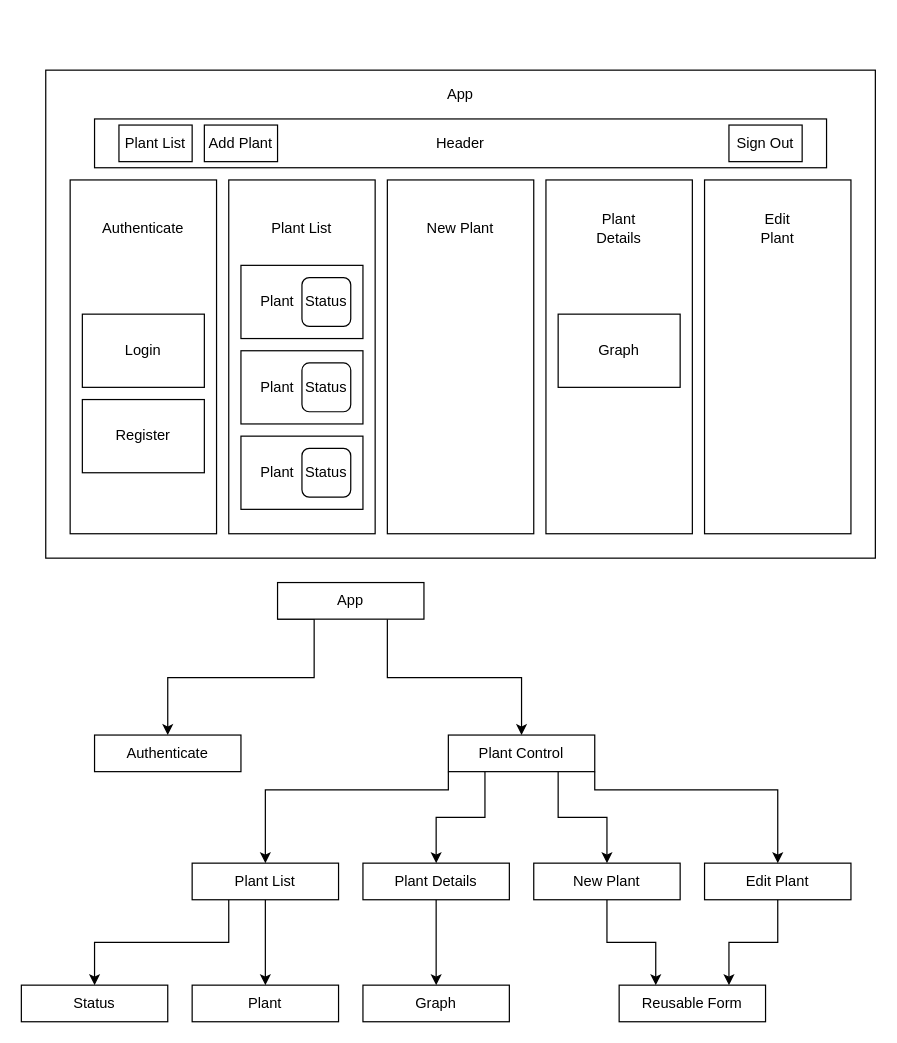
The draw.io diagram readme-assets/Soil-Ent-GreenDiagram2.drawio in CodingMoore/soil-ent-green, before the edit. Source tidied: cells renumbered, new cells numbered last; positions are measured from the earlier drawing's top-left corner, leaving out a move shared by most shapes. Both pictures are drawn from the tidied source at 122%, with x=0, y=0 at pixel (21, 70).
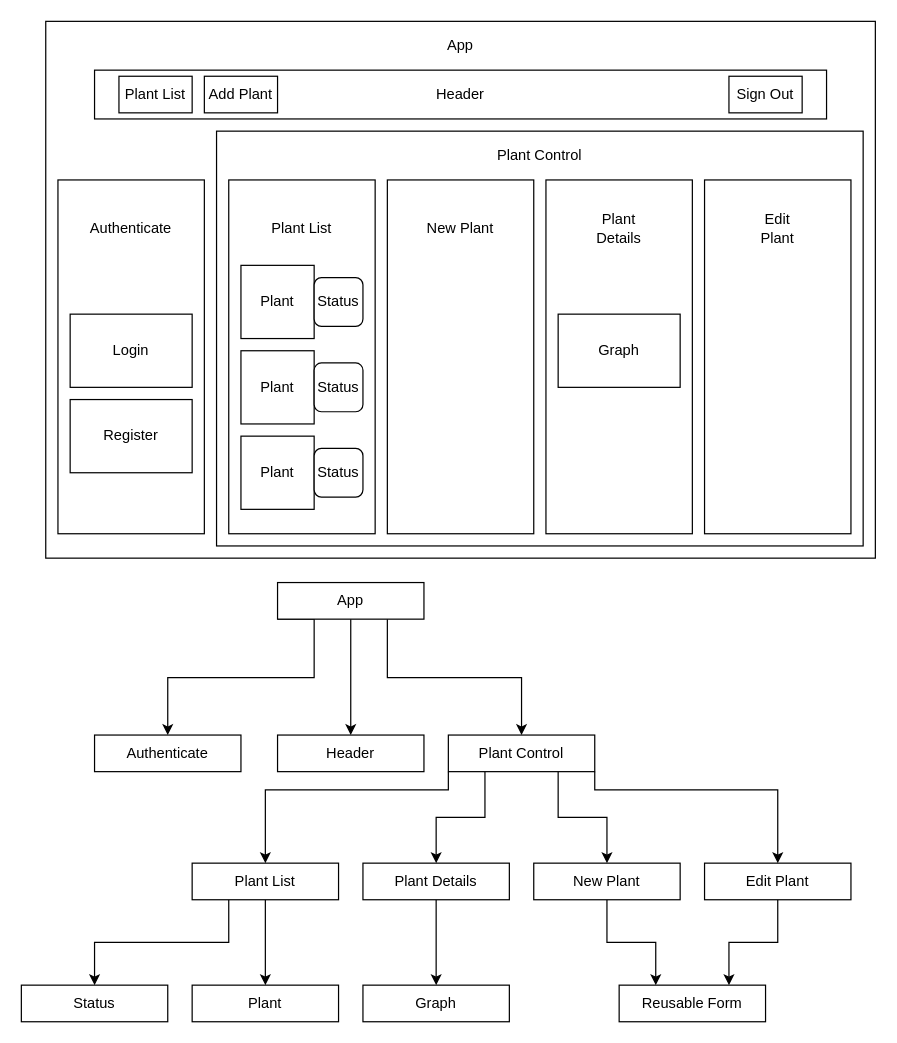
The same page after the edit.

Commit message (it also covers changes not shown here):
add Header and Plant Control components

Unchanged cells that the change refers to:
```xml
<mxCell id="6" value="App" style="rounded=0;whiteSpace=wrap;html=1;" parent="1" vertex="1">
  <mxGeometry x="210" y="420" width="120" height="30" as="geometry" />
</mxCell>
```

What changed in the source:
```diff
@@
     <mxCell id="2" style="rounded=0;whiteSpace=wrap;html=1;" parent="1" vertex="1">
-      <mxGeometry x="20" width="680" height="400" as="geometry" />
+      <mxGeometry x="20" y="-40" width="680" height="440" as="geometry" />
     </mxCell>
+    <mxCell id="55" style="rounded=0;whiteSpace=wrap;html=1;" parent="1" vertex="1">
+      <mxGeometry x="160" y="50" width="530" height="340" as="geometry" />
+    </mxCell>
     <mxCell id="3" style="rounded=0;whiteSpace=wrap;html=1;" parent="1" vertex="1">
-      <mxGeometry x="40" y="90" width="120" height="290" as="geometry" />
+      <mxGeometry x="30" y="90" width="120" height="290" as="geometry" />
     </mxCell>
@@
+    <mxCell id="56" style="edgeStyle=orthogonalEdgeStyle;rounded=0;jettySize=auto;html=1;entryX=0.5;entryY=0;entryDx=0;entryDy=0;" parent="1" edge="1" source="6" target="58">
+      <mxGeometry relative="1" as="geometry" />
+    </mxCell>
@@
-    <mxCell id="8" value="App" style="text;html=1;strokeColor=none;fillColor=none;align=center;verticalAlign=middle;whiteSpace=wrap;rounded=0;" parent="1" vertex="1">
-      <mxGeometry x="340" y="10" width="40" height="20" as="geometry" />
+    <mxCell id="8" value="App" style="text;html=1;strokeColor=none;fillColor=none;align=center;verticalAlign=middle;whiteSpace=wrap;rounded=0;rotation=0;" parent="1" vertex="1">
+      <mxGeometry x="340" y="-30" width="40" height="20" as="geometry" />
     </mxCell>
     <mxCell id="9" style="rounded=0;whiteSpace=wrap;html=1;" parent="1" vertex="1">
-      <mxGeometry x="50" y="200" width="100" height="60" as="geometry" />
+      <mxGeometry x="40" y="200" width="100" height="60" as="geometry" />
     </mxCell>
     <mxCell id="10" value="Login" style="text;html=1;strokeColor=none;fillColor=none;align=center;verticalAlign=middle;whiteSpace=wrap;rounded=0;" parent="1" vertex="1">
-      <mxGeometry x="80" y="220" width="40" height="20" as="geometry" />
+      <mxGeometry x="70" y="220" width="40" height="20" as="geometry" />
     </mxCell>
     <mxCell id="11" style="rounded=0;whiteSpace=wrap;html=1;" parent="1" vertex="1">
-      <mxGeometry x="50" y="270" width="100" height="60" as="geometry" />
+      <mxGeometry x="40" y="270" width="100" height="60" as="geometry" />
     </mxCell>
     <mxCell id="12" value="Register" style="text;html=1;strokeColor=none;fillColor=none;align=center;verticalAlign=middle;whiteSpace=wrap;rounded=0;" parent="1" vertex="1">
-      <mxGeometry x="80" y="290" width="40" height="20" as="geometry" />
+      <mxGeometry x="70" y="290" width="40" height="20" as="geometry" />
     </mxCell>
     <mxCell id="13" value="Authenticate" style="text;html=1;strokeColor=none;fillColor=none;align=center;verticalAlign=middle;whiteSpace=wrap;rounded=0;" parent="1" vertex="1">
-      <mxGeometry x="80" y="120" width="40" height="20" as="geometry" />
+      <mxGeometry x="70" y="120" width="40" height="20" as="geometry" />
     </mxCell>
@@
     <mxCell id="22" value="Header" style="rounded=0;whiteSpace=wrap;html=1;" parent="1" vertex="1">
-      <mxGeometry x="60" y="40" width="600" height="40" as="geometry" />
+      <mxGeometry x="60" width="600" height="40" as="geometry" />
     </mxCell>
     <mxCell id="23" value="Plant List" style="rounded=0;whiteSpace=wrap;html=1;" parent="1" vertex="1">
-      <mxGeometry x="80" y="45" width="60" height="30" as="geometry" />
+      <mxGeometry x="80" y="5" width="60" height="30" as="geometry" />
     </mxCell>
     <mxCell id="24" value="Sign Out" style="rounded=0;whiteSpace=wrap;html=1;" parent="1" vertex="1">
-      <mxGeometry x="580" y="45" width="60" height="30" as="geometry" />
+      <mxGeometry x="580" y="5" width="60" height="30" as="geometry" />
     </mxCell>
@@
     <mxCell id="31" value="Add Plant" style="rounded=0;whiteSpace=wrap;html=1;" parent="1" vertex="1">
-      <mxGeometry x="150" y="45" width="60" height="30" as="geometry" />
+      <mxGeometry x="150" y="5" width="60" height="30" as="geometry" />
     </mxCell>
-    <mxCell id="32" style="rounded=0;whiteSpace=wrap;html=1;" parent="1" vertex="1">
-      <mxGeometry x="180" y="160" width="100" height="60" as="geometry" />
-    </mxCell>
-    <mxCell id="33" value="Plant" style="text;html=1;strokeColor=none;fillColor=none;align=center;verticalAlign=middle;whiteSpace=wrap;rounded=0;" parent="1" vertex="1">
-      <mxGeometry x="190" y="180" width="40" height="20" as="geometry" />
-    </mxCell>
-    <mxCell id="34" value="Status" style="rounded=1;whiteSpace=wrap;html=1;" parent="1" vertex="1">
-      <mxGeometry x="230" y="170" width="40" height="40" as="geometry" />
-    </mxCell>
     <mxCell id="35" style="rounded=0;whiteSpace=wrap;html=1;" parent="1" vertex="1">
-      <mxGeometry x="180" y="230" width="100" height="60" as="geometry" />
+      <mxGeometry x="180" y="230" width="60" height="60" as="geometry" />
     </mxCell>
@@
     <mxCell id="37" value="Status" style="rounded=1;whiteSpace=wrap;html=1;" parent="1" vertex="1">
-      <mxGeometry x="230" y="240" width="40" height="40" as="geometry" />
+      <mxGeometry x="240" y="240" width="40" height="40" as="geometry" />
     </mxCell>
-    <mxCell id="38" style="rounded=0;whiteSpace=wrap;html=1;" parent="1" vertex="1">
-      <mxGeometry x="180" y="300" width="100" height="60" as="geometry" />
-    </mxCell>
-    <mxCell id="39" value="Plant" style="text;html=1;strokeColor=none;fillColor=none;align=center;verticalAlign=middle;whiteSpace=wrap;rounded=0;" parent="1" vertex="1">
-      <mxGeometry x="190" y="320" width="40" height="20" as="geometry" />
-    </mxCell>
-    <mxCell id="40" value="Status" style="rounded=1;whiteSpace=wrap;html=1;" parent="1" vertex="1">
-      <mxGeometry x="230" y="310" width="40" height="40" as="geometry" />
-    </mxCell>
@@
+    <mxCell id="57" value="Plant Control" style="text;html=1;strokeColor=none;fillColor=none;align=center;verticalAlign=middle;whiteSpace=wrap;rounded=0;" parent="1" vertex="1">
+      <mxGeometry x="380" y="60" width="90" height="20" as="geometry" />
+    </mxCell>
+    <mxCell id="58" value="Header" style="rounded=0;whiteSpace=wrap;html=1;" parent="1" vertex="1">
+      <mxGeometry x="210" y="545" width="120" height="30" as="geometry" />
+    </mxCell>
+    <mxCell id="59" style="rounded=0;whiteSpace=wrap;html=1;" parent="1" vertex="1">
+      <mxGeometry x="180" y="160" width="60" height="60" as="geometry" />
+    </mxCell>
+    <mxCell id="33" value="Plant" style="text;html=1;strokeColor=none;fillColor=none;align=center;verticalAlign=middle;whiteSpace=wrap;rounded=0;" parent="1" vertex="1">
+      <mxGeometry x="190" y="180" width="40" height="20" as="geometry" />
+    </mxCell>
+    <mxCell id="60" value="Status" style="rounded=1;whiteSpace=wrap;html=1;" parent="1" vertex="1">
+      <mxGeometry x="240" y="170" width="40" height="40" as="geometry" />
+    </mxCell>
+    <mxCell id="61" style="rounded=0;whiteSpace=wrap;html=1;" parent="1" vertex="1">
+      <mxGeometry x="180" y="300" width="60" height="60" as="geometry" />
+    </mxCell>
+    <mxCell id="39" value="Plant" style="text;html=1;strokeColor=none;fillColor=none;align=center;verticalAlign=middle;whiteSpace=wrap;rounded=0;" parent="1" vertex="1">
+      <mxGeometry x="190" y="320" width="40" height="20" as="geometry" />
+    </mxCell>
+    <mxCell id="62" value="Status" style="rounded=1;whiteSpace=wrap;html=1;" parent="1" vertex="1">
+      <mxGeometry x="240" y="310" width="40" height="40" as="geometry" />
+    </mxCell>
```
